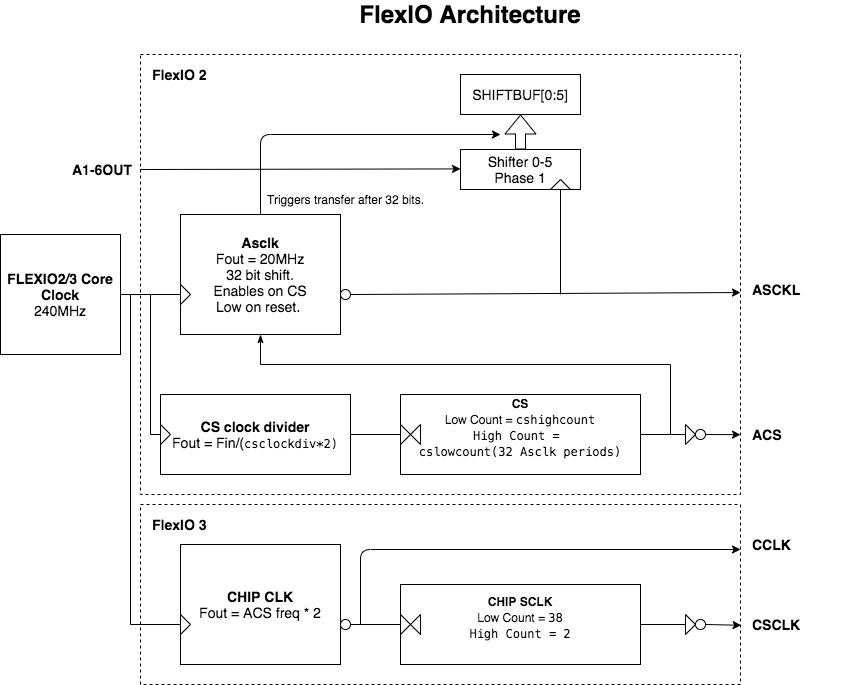
Before: diagrams/flexioarc.png, a diagram exported from draw.io (nhz2/BNK-E100-reader). Source tidied: cells renumbered, new cells last; positions are measured from the earlier drawing's top-left corner, leaving out a move shared by most shapes.
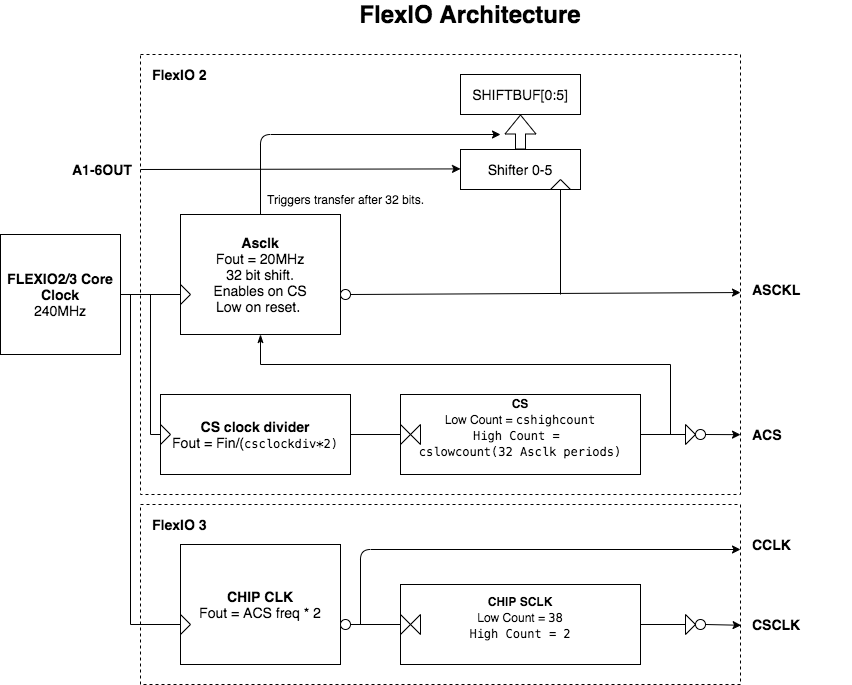
After the commit.

Change to the diagram source:
```diff
@@ -8,7 +8,7 @@
     <mxCell id="3" value="FlexIO Architecture" style="text;html=1;strokeColor=none;fillColor=none;align=center;verticalAlign=middle;whiteSpace=wrap;rounded=0;fontStyle=1;fontSize=24;" parent="1" vertex="1">
       <mxGeometry x="310" width="320" height="20" as="geometry" />
     </mxCell>
-    <mxCell id="4" value="Shifter 0-5&lt;br&gt;Phase 1" style="rounded=0;whiteSpace=wrap;html=1;fontSize=14;fillColor=none;" parent="1" vertex="1">
+    <mxCell id="4" value="Shifter 0-5" style="rounded=0;whiteSpace=wrap;html=1;fontSize=14;fillColor=none;" parent="1" vertex="1">
       <mxGeometry x="460" y="145" width="120" height="40" as="geometry" />
     </mxCell>
     <mxCell id="5" value="SHIFTBUF[0:5]" style="rounded=0;whiteSpace=wrap;html=1;fontSize=14;fillColor=none;" parent="1" vertex="1">
```
